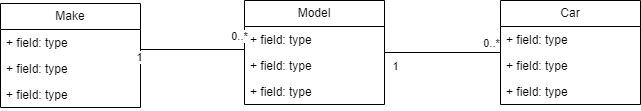
Earlier version of the draw.io export docs/diagrams/entity-relationship-diagram.drawio.png (taurasbear/automotive-marketplace). Source tidied: cells renumbered, new cells last; positions are measured from the earlier drawing's top-left corner, leaving out a move shared by most shapes. Source of this version:
```xml
<mxGraphModel>
  <root>
    <mxCell id="0" />
    <mxCell id="1" parent="0" />
    <mxCell id="2" value="Make" style="swimlane;fontStyle=0;horizontal=1;startSize=26;fillColor=none;whiteSpace=wrap;html=1;" parent="1" vertex="1">
      <mxGeometry y="3" width="140" height="104" as="geometry" />
    </mxCell>
    <mxCell id="3" value="+ field: type" style="text;strokeColor=none;fillColor=none;align=left;verticalAlign=top;spacingLeft=4;spacingRight=4;overflow=hidden;whiteSpace=wrap;html=1;" parent="2" vertex="1">
      <mxGeometry y="26" width="140" height="26" as="geometry" />
    </mxCell>
    <mxCell id="4" value="+ field: type" style="text;strokeColor=none;fillColor=none;align=left;verticalAlign=top;spacingLeft=4;spacingRight=4;overflow=hidden;points=[[0,0.5],[1,0.5]];portConstraint=eastwest;whiteSpace=wrap;html=1;" parent="2" vertex="1">
      <mxGeometry y="52" width="140" height="26" as="geometry" />
    </mxCell>
    <mxCell id="5" value="+ field: type" style="text;strokeColor=none;fillColor=none;align=left;verticalAlign=top;spacingLeft=4;spacingRight=4;overflow=hidden;whiteSpace=wrap;html=1;" parent="2" vertex="1">
      <mxGeometry y="78" width="140" height="26" as="geometry" />
    </mxCell>
    <mxCell id="6" value="Model" style="swimlane;fontStyle=0;horizontal=1;startSize=26;fillColor=none;whiteSpace=wrap;html=1;" parent="1" vertex="1">
      <mxGeometry x="244" width="140" height="104" as="geometry" />
    </mxCell>
    <mxCell id="7" value="+ field: type" style="text;strokeColor=none;fillColor=none;align=left;verticalAlign=top;spacingLeft=4;spacingRight=4;overflow=hidden;points=[[0,0.5],[1,0.5]];portConstraint=eastwest;whiteSpace=wrap;html=1;" parent="6" vertex="1">
      <mxGeometry y="26" width="140" height="26" as="geometry" />
    </mxCell>
    <mxCell id="8" value="+ field: type" style="text;strokeColor=none;fillColor=none;align=left;verticalAlign=top;spacingLeft=4;spacingRight=4;overflow=hidden;whiteSpace=wrap;html=1;" parent="6" vertex="1">
      <mxGeometry y="52" width="140" height="26" as="geometry" />
    </mxCell>
    <mxCell id="9" value="+ field: type" style="text;strokeColor=none;fillColor=none;align=left;verticalAlign=top;spacingLeft=4;spacingRight=4;overflow=hidden;whiteSpace=wrap;html=1;" parent="6" vertex="1">
      <mxGeometry y="78" width="140" height="26" as="geometry" />
    </mxCell>
    <mxCell id="10" value="Car" style="swimlane;fontStyle=0;horizontal=1;startSize=26;fillColor=none;whiteSpace=wrap;html=1;" parent="1" vertex="1">
      <mxGeometry x="500" width="140" height="104" as="geometry" />
    </mxCell>
    <mxCell id="11" value="+ field: type" style="text;strokeColor=none;fillColor=none;align=left;verticalAlign=top;spacingLeft=4;spacingRight=4;overflow=hidden;points=[[0,0.5],[1,0.5]];portConstraint=eastwest;whiteSpace=wrap;html=1;" parent="10" vertex="1">
      <mxGeometry y="26" width="140" height="26" as="geometry" />
    </mxCell>
    <mxCell id="12" value="+ field: type" style="text;strokeColor=none;fillColor=none;align=left;verticalAlign=top;spacingLeft=4;spacingRight=4;overflow=hidden;whiteSpace=wrap;html=1;" parent="10" vertex="1">
      <mxGeometry y="52" width="140" height="26" as="geometry" />
    </mxCell>
    <mxCell id="13" value="+ field: type" style="text;strokeColor=none;fillColor=none;align=left;verticalAlign=top;spacingLeft=4;spacingRight=4;overflow=hidden;whiteSpace=wrap;html=1;" parent="10" vertex="1">
      <mxGeometry y="78" width="140" height="26" as="geometry" />
    </mxCell>
    <mxCell id="14" style="endArrow=none;html=1;rounded=0;exitX=1;exitY=0.192;exitDx=0;exitDy=0;exitPerimeter=0;entryX=0;entryY=0.5;entryDx=0;entryDy=0;strokeColor=default;edgeStyle=elbowEdgeStyle;elbow=vertical;" parent="1" edge="1" source="4" target="7">
      <mxGeometry relative="1" as="geometry" />
    </mxCell>
    <mxCell id="15" value="0..*" style="edgeLabel;html=1;align=center;verticalAlign=middle;" parent="14" vertex="1">
      <mxGeometry x="0.53" relative="1" as="geometry">
        <mxPoint x="13" y="-14" as="offset" />
      </mxGeometry>
    </mxCell>
    <mxCell id="16" value="1" style="edgeLabel;html=1;align=center;verticalAlign=middle;" parent="14" vertex="1">
      <mxGeometry x="-0.72" y="1" relative="1" as="geometry">
        <mxPoint x="-8" y="8" as="offset" />
      </mxGeometry>
    </mxCell>
    <mxCell id="17" style="endArrow=none;html=1;rounded=0;exitX=1;exitY=0.25;exitDx=0;exitDy=0;strokeColor=default;edgeStyle=elbowEdgeStyle;elbow=vertical;entryX=0;entryY=0.5;entryDx=0;entryDy=0;" parent="1" edge="1" source="6" target="11">
      <mxGeometry relative="1" as="geometry">
        <Array as="points">
          <mxPoint x="430" y="52" />
        </Array>
      </mxGeometry>
    </mxCell>
    <mxCell id="18" value="0..*" style="edgeLabel;html=1;align=center;verticalAlign=middle;" parent="17" vertex="1">
      <mxGeometry x="0.53" relative="1" as="geometry">
        <mxPoint x="13" y="-10" as="offset" />
      </mxGeometry>
    </mxCell>
    <mxCell id="19" value="1" style="edgeLabel;html=1;align=center;verticalAlign=middle;" parent="17" vertex="1">
      <mxGeometry x="-0.72" y="1" relative="1" as="geometry">
        <mxPoint x="9" y="17" as="offset" />
      </mxGeometry>
    </mxCell>
  </root>
</mxGraphModel>
```
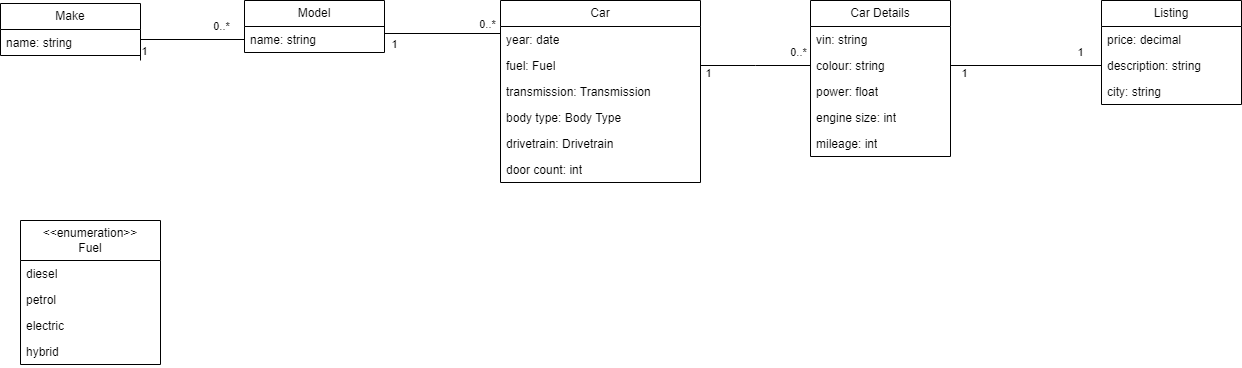
Later version of the same file.

Commit message:
Updated ER diagram and started implementing more Entities.

The edit, as a diff of the source:
```diff
@@ -3,58 +3,61 @@
     <mxCell id="0" />
     <mxCell id="1" parent="0" />
     <mxCell id="2" value="Make" style="swimlane;fontStyle=0;horizontal=1;startSize=26;fillColor=none;whiteSpace=wrap;html=1;" parent="1" vertex="1">
-      <mxGeometry y="3" width="140" height="104" as="geometry" />
+      <mxGeometry y="3" width="140" height="52" as="geometry" />
     </mxCell>
-    <mxCell id="3" value="+ field: type" style="text;strokeColor=none;fillColor=none;align=left;verticalAlign=top;spacingLeft=4;spacingRight=4;overflow=hidden;whiteSpace=wrap;html=1;" parent="2" vertex="1">
+    <mxCell id="3" value="name: string" style="text;strokeColor=none;fillColor=none;align=left;verticalAlign=top;spacingLeft=4;spacingRight=4;overflow=hidden;whiteSpace=wrap;html=1;" parent="2" vertex="1">
       <mxGeometry y="26" width="140" height="26" as="geometry" />
     </mxCell>
-    <mxCell id="4" value="+ field: type" style="text;strokeColor=none;fillColor=none;align=left;verticalAlign=top;spacingLeft=4;spacingRight=4;overflow=hidden;points=[[0,0.5],[1,0.5]];portConstraint=eastwest;whiteSpace=wrap;html=1;" parent="2" vertex="1">
-      <mxGeometry y="52" width="140" height="26" as="geometry" />
-    </mxCell>
-    <mxCell id="5" value="+ field: type" style="text;strokeColor=none;fillColor=none;align=left;verticalAlign=top;spacingLeft=4;spacingRight=4;overflow=hidden;whiteSpace=wrap;html=1;" parent="2" vertex="1">
-      <mxGeometry y="78" width="140" height="26" as="geometry" />
-    </mxCell>
     <mxCell id="6" value="Model" style="swimlane;fontStyle=0;horizontal=1;startSize=26;fillColor=none;whiteSpace=wrap;html=1;" parent="1" vertex="1">
-      <mxGeometry x="244" width="140" height="104" as="geometry" />
+      <mxGeometry x="244" width="140" height="52" as="geometry" />
     </mxCell>
-    <mxCell id="7" value="+ field: type" style="text;strokeColor=none;fillColor=none;align=left;verticalAlign=top;spacingLeft=4;spacingRight=4;overflow=hidden;points=[[0,0.5],[1,0.5]];portConstraint=eastwest;whiteSpace=wrap;html=1;" parent="6" vertex="1">
+    <mxCell id="7" value="name: string" style="text;strokeColor=none;fillColor=none;align=left;verticalAlign=top;spacingLeft=4;spacingRight=4;overflow=hidden;points=[[0,0.5],[1,0.5]];portConstraint=eastwest;whiteSpace=wrap;html=1;" parent="6" vertex="1">
       <mxGeometry y="26" width="140" height="26" as="geometry" />
     </mxCell>
-    <mxCell id="8" value="+ field: type" style="text;strokeColor=none;fillColor=none;align=left;verticalAlign=top;spacingLeft=4;spacingRight=4;overflow=hidden;whiteSpace=wrap;html=1;" parent="6" vertex="1">
-      <mxGeometry y="52" width="140" height="26" as="geometry" />
-    </mxCell>
-    <mxCell id="9" value="+ field: type" style="text;strokeColor=none;fillColor=none;align=left;verticalAlign=top;spacingLeft=4;spacingRight=4;overflow=hidden;whiteSpace=wrap;html=1;" parent="6" vertex="1">
-      <mxGeometry y="78" width="140" height="26" as="geometry" />
-    </mxCell>
     <mxCell id="10" value="Car" style="swimlane;fontStyle=0;horizontal=1;startSize=26;fillColor=none;whiteSpace=wrap;html=1;" parent="1" vertex="1">
-      <mxGeometry x="500" width="140" height="104" as="geometry" />
+      <mxGeometry x="500" width="200" height="182" as="geometry" />
     </mxCell>
-    <mxCell id="11" value="+ field: type" style="text;strokeColor=none;fillColor=none;align=left;verticalAlign=top;spacingLeft=4;spacingRight=4;overflow=hidden;points=[[0,0.5],[1,0.5]];portConstraint=eastwest;whiteSpace=wrap;html=1;" parent="10" vertex="1">
-      <mxGeometry y="26" width="140" height="26" as="geometry" />
+    <mxCell id="11" value="year: date" style="text;strokeColor=none;fillColor=none;align=left;verticalAlign=top;spacingLeft=4;spacingRight=4;overflow=hidden;points=[[0,0.5],[1,0.5]];portConstraint=eastwest;whiteSpace=wrap;html=1;" parent="10" vertex="1">
+      <mxGeometry y="26" width="200" height="26" as="geometry" />
     </mxCell>
-    <mxCell id="12" value="+ field: type" style="text;strokeColor=none;fillColor=none;align=left;verticalAlign=top;spacingLeft=4;spacingRight=4;overflow=hidden;whiteSpace=wrap;html=1;" parent="10" vertex="1">
-      <mxGeometry y="52" width="140" height="26" as="geometry" />
-    </mxCell>
+    <mxCell id="20" value="fuel: Fuel" style="text;strokeColor=none;fillColor=none;align=left;verticalAlign=top;spacingLeft=4;spacingRight=4;overflow=hidden;points=[[0,0.5],[1,0.5]];portConstraint=eastwest;whiteSpace=wrap;html=1;" parent="10" vertex="1">
+      <mxGeometry y="52" width="200" height="26" as="geometry" />
+    </mxCell>
-    <mxCell id="13" value="+ field: type" style="text;strokeColor=none;fillColor=none;align=left;verticalAlign=top;spacingLeft=4;spacingRight=4;overflow=hidden;whiteSpace=wrap;html=1;" parent="10" vertex="1">
-      <mxGeometry y="78" width="140" height="26" as="geometry" />
+    <mxCell id="13" value="transmission: Transmission" style="text;strokeColor=none;fillColor=none;align=left;verticalAlign=top;spacingLeft=4;spacingRight=4;overflow=hidden;whiteSpace=wrap;html=1;" parent="10" vertex="1">
+      <mxGeometry y="78" width="200" height="26" as="geometry" />
     </mxCell>
+    <mxCell id="21" value="body type: Body Type" style="text;strokeColor=none;fillColor=none;align=left;verticalAlign=top;spacingLeft=4;spacingRight=4;overflow=hidden;whiteSpace=wrap;html=1;" parent="10" vertex="1">
+      <mxGeometry y="104" width="200" height="26" as="geometry" />
+    </mxCell>
+    <mxCell id="22" value="drivetrain: Drivetrain" style="text;strokeColor=none;fillColor=none;align=left;verticalAlign=top;spacingLeft=4;spacingRight=4;overflow=hidden;whiteSpace=wrap;html=1;" parent="10" vertex="1">
+      <mxGeometry y="130" width="200" height="26" as="geometry" />
+    </mxCell>
+    <mxCell id="23" value="door count: int" style="text;strokeColor=none;fillColor=none;align=left;verticalAlign=top;spacingLeft=4;spacingRight=4;overflow=hidden;whiteSpace=wrap;html=1;" parent="10" vertex="1">
+      <mxGeometry y="156" width="200" height="26" as="geometry" />
+    </mxCell>
-    <mxCell id="14" style="endArrow=none;html=1;rounded=0;exitX=1;exitY=0.192;exitDx=0;exitDy=0;exitPerimeter=0;entryX=0;entryY=0.5;entryDx=0;entryDy=0;strokeColor=default;edgeStyle=elbowEdgeStyle;elbow=vertical;" parent="1" edge="1" source="4" target="7">
-      <mxGeometry relative="1" as="geometry" />
+    <mxCell id="14" style="endArrow=none;html=1;rounded=0;exitX=1;exitY=0.192;exitDx=0;exitDy=0;exitPerimeter=0;entryX=0;entryY=0.5;entryDx=0;entryDy=0;strokeColor=default;edgeStyle=elbowEdgeStyle;elbow=vertical;" parent="1" edge="1" target="7">
+      <mxGeometry relative="1" as="geometry">
+        <mxPoint x="140" y="60" as="sourcePoint" />
+        <Array as="points">
+          <mxPoint x="200" y="39" />
+        </Array>
+      </mxGeometry>
     </mxCell>
     <mxCell id="15" value="0..*" style="edgeLabel;html=1;align=center;verticalAlign=middle;" parent="14" vertex="1">
       <mxGeometry x="0.53" relative="1" as="geometry">
-        <mxPoint x="13" y="-14" as="offset" />
+        <mxPoint x="5" y="-14" as="offset" />
       </mxGeometry>
     </mxCell>
     <mxCell id="16" value="1" style="edgeLabel;html=1;align=center;verticalAlign=middle;" parent="14" vertex="1">
       <mxGeometry x="-0.72" y="1" relative="1" as="geometry">
-        <mxPoint x="-8" y="8" as="offset" />
+        <mxPoint x="4" y="8" as="offset" />
       </mxGeometry>
     </mxCell>
     <mxCell id="17" style="endArrow=none;html=1;rounded=0;exitX=1;exitY=0.25;exitDx=0;exitDy=0;strokeColor=default;edgeStyle=elbowEdgeStyle;elbow=vertical;entryX=0;entryY=0.5;entryDx=0;entryDy=0;" parent="1" edge="1" source="6" target="11">
       <mxGeometry relative="1" as="geometry">
         <Array as="points">
-          <mxPoint x="430" y="52" />
+          <mxPoint x="430" y="33" />
+          <mxPoint x="440" y="23" />
         </Array>
       </mxGeometry>
     </mxCell>
@@ -65,8 +68,79 @@
     </mxCell>
     <mxCell id="19" value="1" style="edgeLabel;html=1;align=center;verticalAlign=middle;" parent="17" vertex="1">
       <mxGeometry x="-0.72" y="1" relative="1" as="geometry">
-        <mxPoint x="9" y="17" as="offset" />
+        <mxPoint x="9" y="11" as="offset" />
       </mxGeometry>
     </mxCell>
+    <mxCell id="24" value="&lt;div&gt;&amp;lt;&amp;lt;enumeration&amp;gt;&amp;gt;&lt;/div&gt;Fuel" style="swimlane;fontStyle=0;horizontal=1;startSize=40;fillColor=none;whiteSpace=wrap;html=1;" parent="1" vertex="1">
+      <mxGeometry x="20" y="220" width="140" height="144" as="geometry" />
+    </mxCell>
+    <mxCell id="25" value="diesel" style="text;strokeColor=none;fillColor=none;align=left;verticalAlign=top;spacingLeft=4;spacingRight=4;overflow=hidden;whiteSpace=wrap;html=1;" parent="24" vertex="1">
+      <mxGeometry y="40" width="140" height="26" as="geometry" />
+    </mxCell>
+    <mxCell id="26" value="petrol" style="text;strokeColor=none;fillColor=none;align=left;verticalAlign=top;spacingLeft=4;spacingRight=4;overflow=hidden;whiteSpace=wrap;html=1;" parent="24" vertex="1">
+      <mxGeometry y="66" width="140" height="26" as="geometry" />
+    </mxCell>
+    <mxCell id="27" value="electric" style="text;strokeColor=none;fillColor=none;align=left;verticalAlign=top;spacingLeft=4;spacingRight=4;overflow=hidden;whiteSpace=wrap;html=1;" parent="24" vertex="1">
+      <mxGeometry y="92" width="140" height="26" as="geometry" />
+    </mxCell>
+    <mxCell id="28" value="hybrid" style="text;strokeColor=none;fillColor=none;align=left;verticalAlign=top;spacingLeft=4;spacingRight=4;overflow=hidden;whiteSpace=wrap;html=1;" parent="24" vertex="1">
+      <mxGeometry y="118" width="140" height="26" as="geometry" />
+    </mxCell>
+    <mxCell id="29" value="Car Details" style="swimlane;fontStyle=0;horizontal=1;startSize=26;fillColor=none;whiteSpace=wrap;html=1;" parent="1" vertex="1">
+      <mxGeometry x="810" width="140" height="156" as="geometry" />
+    </mxCell>
+    <mxCell id="30" value="vin: string" style="text;strokeColor=none;fillColor=none;align=left;verticalAlign=top;spacingLeft=4;spacingRight=4;overflow=hidden;whiteSpace=wrap;html=1;" parent="29" vertex="1">
+      <mxGeometry y="26" width="140" height="26" as="geometry" />
+    </mxCell>
+    <mxCell id="31" value="colour: string" style="text;strokeColor=none;fillColor=none;align=left;verticalAlign=top;spacingLeft=4;spacingRight=4;overflow=hidden;points=[[0,0.5],[1,0.5]];portConstraint=eastwest;whiteSpace=wrap;html=1;" parent="29" vertex="1">
+      <mxGeometry y="52" width="140" height="26" as="geometry" />
+    </mxCell>
+    <mxCell id="32" value="power: float" style="text;strokeColor=none;fillColor=none;align=left;verticalAlign=top;spacingLeft=4;spacingRight=4;overflow=hidden;whiteSpace=wrap;html=1;" parent="29" vertex="1">
+      <mxGeometry y="78" width="140" height="26" as="geometry" />
+    </mxCell>
+    <mxCell id="33" value="engine size: int" style="text;strokeColor=none;fillColor=none;align=left;verticalAlign=top;spacingLeft=4;spacingRight=4;overflow=hidden;whiteSpace=wrap;html=1;" parent="29" vertex="1">
+      <mxGeometry y="104" width="140" height="26" as="geometry" />
+    </mxCell>
+    <mxCell id="34" value="mileage: int" style="text;strokeColor=none;fillColor=none;align=left;verticalAlign=top;spacingLeft=4;spacingRight=4;overflow=hidden;whiteSpace=wrap;html=1;" parent="29" vertex="1">
+      <mxGeometry y="130" width="140" height="26" as="geometry" />
+    </mxCell>
+    <mxCell id="35" value="Listing" style="swimlane;fontStyle=0;horizontal=1;startSize=26;fillColor=none;whiteSpace=wrap;html=1;" parent="1" vertex="1">
+      <mxGeometry x="1101" width="140" height="104" as="geometry" />
+    </mxCell>
+    <mxCell id="36" value="price: decimal" style="text;strokeColor=none;fillColor=none;align=left;verticalAlign=top;spacingLeft=4;spacingRight=4;overflow=hidden;whiteSpace=wrap;html=1;" parent="35" vertex="1">
+      <mxGeometry y="26" width="140" height="26" as="geometry" />
+    </mxCell>
+    <mxCell id="37" value="description: string" style="text;strokeColor=none;fillColor=none;align=left;verticalAlign=top;spacingLeft=4;spacingRight=4;overflow=hidden;points=[[0,0.5],[1,0.5]];portConstraint=eastwest;whiteSpace=wrap;html=1;" parent="35" vertex="1">
+      <mxGeometry y="52" width="140" height="26" as="geometry" />
+    </mxCell>
+    <mxCell id="38" value="city: string" style="text;strokeColor=none;fillColor=none;align=left;verticalAlign=top;spacingLeft=4;spacingRight=4;overflow=hidden;whiteSpace=wrap;html=1;" parent="35" vertex="1">
+      <mxGeometry y="78" width="140" height="26" as="geometry" />
+    </mxCell>
+    <mxCell id="39" style="endArrow=none;html=1;rounded=0;exitX=1;exitY=0.5;exitDx=0;exitDy=0;entryX=0;entryY=0.5;entryDx=0;entryDy=0;strokeColor=default;edgeStyle=elbowEdgeStyle;elbow=vertical;" parent="1" edge="1" source="20" target="31">
+      <mxGeometry relative="1" as="geometry" />
+    </mxCell>
+    <mxCell id="40" value="0..*" style="edgeLabel;html=1;align=center;verticalAlign=middle;" parent="39" vertex="1">
+      <mxGeometry x="0.53" relative="1" as="geometry">
+        <mxPoint x="13" y="-14" as="offset" />
+      </mxGeometry>
+    </mxCell>
+    <mxCell id="41" value="1" style="edgeLabel;html=1;align=center;verticalAlign=middle;" parent="39" vertex="1">
+      <mxGeometry x="-0.72" y="1" relative="1" as="geometry">
+        <mxPoint x="-8" y="8" as="offset" />
+      </mxGeometry>
+    </mxCell>
+    <mxCell id="42" style="endArrow=none;html=1;rounded=0;exitX=1;exitY=0.5;exitDx=0;exitDy=0;entryX=0;entryY=0.5;entryDx=0;entryDy=0;strokeColor=default;edgeStyle=elbowEdgeStyle;elbow=vertical;" parent="1" edge="1" source="31" target="37">
+      <mxGeometry relative="1" as="geometry" />
+    </mxCell>
+    <mxCell id="43" value="1" style="edgeLabel;html=1;align=center;verticalAlign=middle;" parent="42" vertex="1">
+      <mxGeometry x="0.53" relative="1" as="geometry">
+        <mxPoint x="13" y="-14" as="offset" />
+      </mxGeometry>
+    </mxCell>
+    <mxCell id="44" value="1" style="edgeLabel;html=1;align=center;verticalAlign=middle;" parent="42" vertex="1">
+      <mxGeometry x="-0.72" y="1" relative="1" as="geometry">
+        <mxPoint x="-8" y="8" as="offset" />
+      </mxGeometry>
+    </mxCell>
   </root>
 </mxGraphModel>
```
